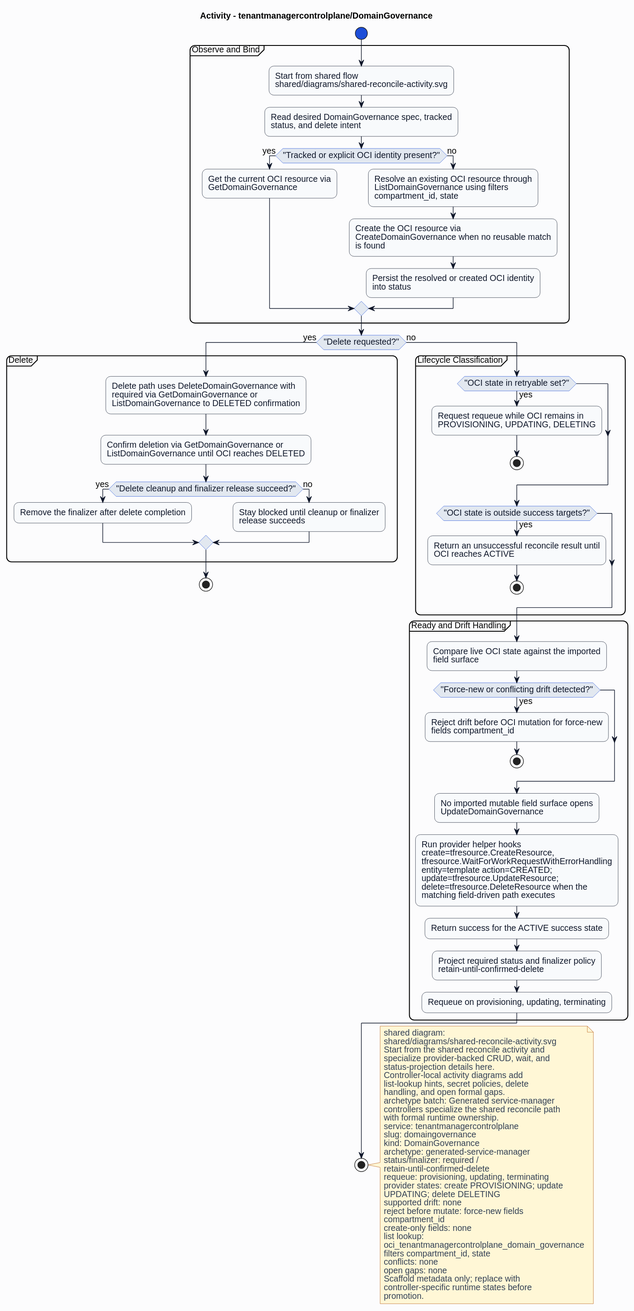
HaoyL666/oci-service-operator keeps this PlantUML diagram as formal/controllers/tenantmanagercontrolplane/domaingovernance/diagrams/activity.svg. Above is the earlier version. Its diagram source:
```plantuml
@startuml
skinparam shadowing false
skinparam backgroundColor #fcfcfd
skinparam defaultFontName Helvetica
skinparam defaultFontSize 14
skinparam arrowColor #0f172a
skinparam noteBackgroundColor #fff7d6
skinparam noteBorderColor #b45309
skinparam noteFontColor #334155
skinparam roundcorner 16
title Activity - tenantmanagercontrolplane/DomainGovernance
skinparam activity {
  backgroundColor #f8fafc
  borderColor #0f172a
  fontColor #0f172a
  diamondBackgroundColor #e2e8f0
  diamondBorderColor #1d4ed8
  diamondFontColor #0f172a
  startColor #1d4ed8
  endColor #0f172a
  barColor #1d4ed8
}
start
partition "Observe and Bind" {
:Start from shared flow\nshared/diagrams/shared-reconcile-activity.svg;
:Read desired DomainGovernance spec, tracked\nstatus, and delete intent;
if ("Tracked or explicit OCI identity present?") then (yes)
:Get the current OCI resource via\nGetDomainGovernance;
else (no)
:Resolve an existing OCI resource through\nListDomainGovernance using filters\ncompartment_id, state;
:Create the OCI resource via\nCreateDomainGovernance when no reusable match\nis found;
:Persist the resolved or created OCI identity\ninto status;
endif
}
if ("Delete requested?") then (yes)
partition "Delete" {
:Delete path uses DeleteDomainGovernance with\nrequired via GetDomainGovernance or\nListDomainGovernance to DELETED confirmation;
:Confirm deletion via GetDomainGovernance or\nListDomainGovernance until OCI reaches DELETED;
if ("Delete cleanup and finalizer release succeed?") then (yes)
:Remove the finalizer after delete completion;
else (no)
:Stay blocked until cleanup or finalizer\nrelease succeeds;
endif
}
stop
else (no)
partition "Lifecycle Classification" {
if ("OCI state in retryable set?") then (yes)
:Request requeue while OCI remains in\nPROVISIONING, UPDATING, DELETING;
stop
endif
if ("OCI state is outside success targets?") then (yes)
:Return an unsuccessful reconcile result until\nOCI reaches ACTIVE;
stop
endif
}
partition "Ready and Drift Handling" {
:Compare live OCI state against the imported\nfield surface;
if ("Force-new or conflicting drift detected?") then (yes)
:Reject drift before OCI mutation for force-new\nfields compartment_id;
stop
endif
:No imported mutable field surface opens\nUpdateDomainGovernance;
:Run provider helper hooks\ncreate=tfresource.CreateResource,\ntfresource.WaitForWorkRequestWithErrorHandling\nentity=template action=CREATED;\nupdate=tfresource.UpdateResource;\ndelete=tfresource.DeleteResource when the\nmatching field-driven path executes;
:Return success for the ACTIVE success state;
:Project required status and finalizer policy\nretain-until-confirmed-delete;
:Requeue on provisioning, updating, terminating;
}
endif
stop
note right
shared diagram:
shared/diagrams/shared-reconcile-activity.svg
Start from the shared reconcile activity and
specialize provider-backed CRUD, wait, and
status-projection details here.
Controller-local activity diagrams add
list-lookup hints, secret policies, delete
handling, and open formal gaps.
archetype batch: Generated service-manager
controllers specialize the shared reconcile path
with formal runtime ownership.
service: tenantmanagercontrolplane
slug: domaingovernance
kind: DomainGovernance
archetype: generated-service-manager
status/finalizer: required /
retain-until-confirmed-delete
requeue: provisioning, updating, terminating
provider states: create PROVISIONING; update
UPDATING; delete DELETING
supported drift: none
reject before mutate: force-new fields
compartment_id
create-only fields: none
list lookup:
oci_tenantmanagercontrolplane_domain_governance
filters compartment_id, state
conflicts: none
open gaps: none
Scaffold metadata only; replace with
controller-specific runtime states before
promotion.
end note
@enduml
```
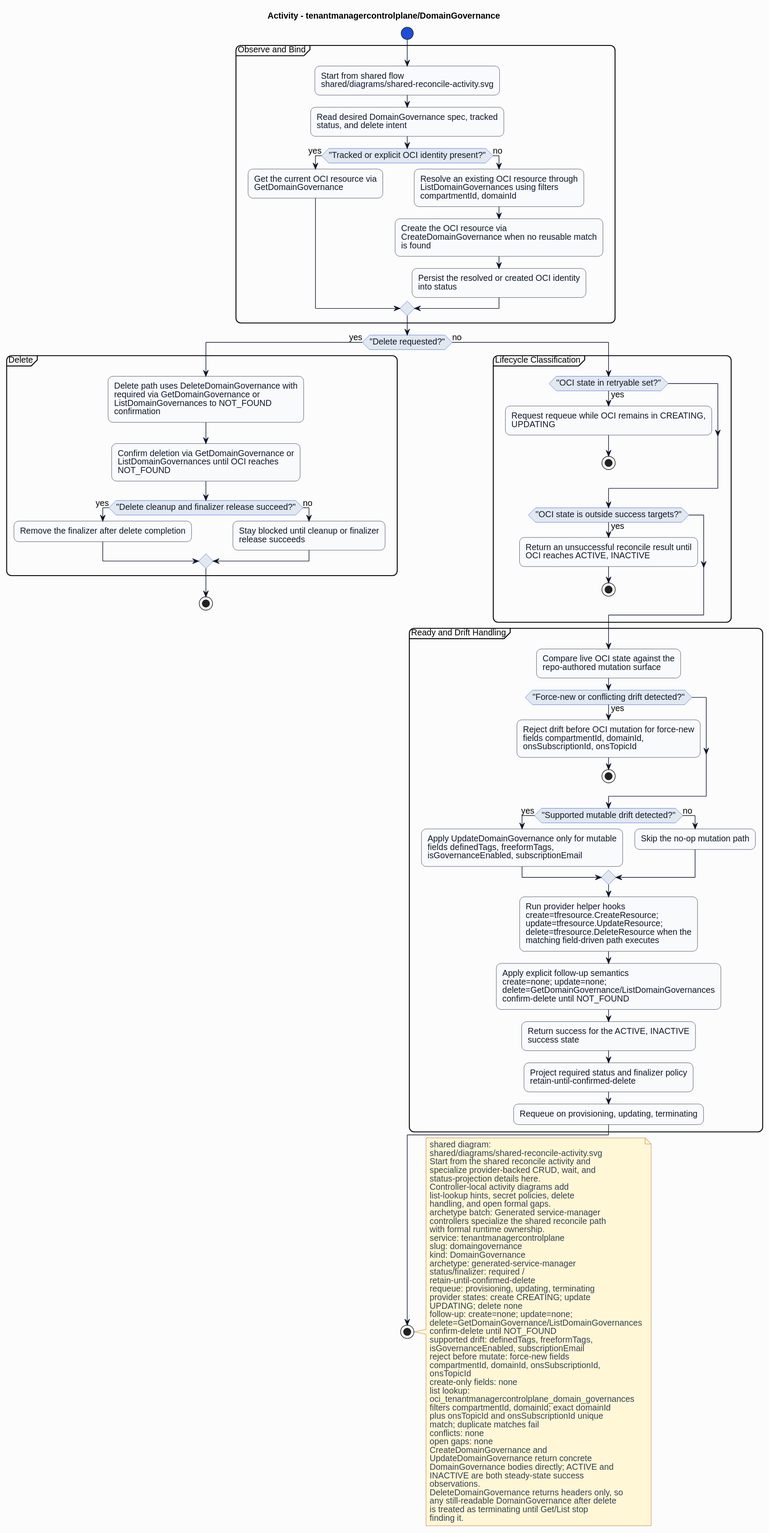
The same file after the commit.

The edit, as a diff of the source:
```diff
@@ -27,15 +27,15 @@
 if ("Tracked or explicit OCI identity present?") then (yes)
 :Get the current OCI resource via\nGetDomainGovernance;
 else (no)
-:Resolve an existing OCI resource through\nListDomainGovernance using filters\ncompartment_id, state;
+:Resolve an existing OCI resource through\nListDomainGovernances using filters\ncompartmentId, domainId;
 :Create the OCI resource via\nCreateDomainGovernance when no reusable match\nis found;
 :Persist the resolved or created OCI identity\ninto status;
 endif
 }
 if ("Delete requested?") then (yes)
 partition "Delete" {
-:Delete path uses DeleteDomainGovernance with\nrequired via GetDomainGovernance or\nListDomainGovernance to DELETED confirmation;
-:Confirm deletion via GetDomainGovernance or\nListDomainGovernance until OCI reaches DELETED;
+:Delete path uses DeleteDomainGovernance with\nrequired via GetDomainGovernance or\nListDomainGovernances to NOT_FOUND\nconfirmation;
+:Confirm deletion via GetDomainGovernance or\nListDomainGovernances until OCI reaches\nNOT_FOUND;
 if ("Delete cleanup and finalizer release succeed?") then (yes)
 :Remove the finalizer after delete completion;
 else (no)
@@ -46,23 +46,28 @@
 else (no)
 partition "Lifecycle Classification" {
 if ("OCI state in retryable set?") then (yes)
-:Request requeue while OCI remains in\nPROVISIONING, UPDATING, DELETING;
+:Request requeue while OCI remains in CREATING,\nUPDATING;
 stop
 endif
 if ("OCI state is outside success targets?") then (yes)
-:Return an unsuccessful reconcile result until\nOCI reaches ACTIVE;
+:Return an unsuccessful reconcile result until\nOCI reaches ACTIVE, INACTIVE;
 stop
 endif
 }
 partition "Ready and Drift Handling" {
-:Compare live OCI state against the imported\nfield surface;
+:Compare live OCI state against the\nrepo-authored mutation surface;
 if ("Force-new or conflicting drift detected?") then (yes)
-:Reject drift before OCI mutation for force-new\nfields compartment_id;
+:Reject drift before OCI mutation for force-new\nfields compartmentId, domainId,\nonsSubscriptionId, onsTopicId;
 stop
 endif
-:No imported mutable field surface opens\nUpdateDomainGovernance;
-:Run provider helper hooks\ncreate=tfresource.CreateResource,\ntfresource.WaitForWorkRequestWithErrorHandling\nentity=template action=CREATED;\nupdate=tfresource.UpdateResource;\ndelete=tfresource.DeleteResource when the\nmatching field-driven path executes;
-:Return success for the ACTIVE success state;
+if ("Supported mutable drift detected?") then (yes)
+:Apply UpdateDomainGovernance only for mutable\nfields definedTags, freeformTags,\nisGovernanceEnabled, subscriptionEmail;
+else (no)
+:Skip the no-op mutation path;
+endif
+:Run provider helper hooks\ncreate=tfresource.CreateResource;\nupdate=tfresource.UpdateResource;\ndelete=tfresource.DeleteResource when the\nmatching field-driven path executes;
+:Apply explicit follow-up semantics\ncreate=none; update=none;\ndelete=GetDomainGovernance/ListDomainGovernances\nconfirm-delete until NOT_FOUND;
+:Return success for the ACTIVE, INACTIVE\nsuccess state;
 :Project required status and finalizer policy\nretain-until-confirmed-delete;
 :Requeue on provisioning, updating, terminating;
 }
@@ -87,19 +92,32 @@
 status/finalizer: required /
 retain-until-confirmed-delete
 requeue: provisioning, updating, terminating
-provider states: create PROVISIONING; update
-UPDATING; delete DELETING
-supported drift: none
+provider states: create CREATING; update
+UPDATING; delete none
+follow-up: create=none; update=none;
+delete=GetDomainGovernance/ListDomainGovernances
+confirm-delete until NOT_FOUND
+supported drift: definedTags, freeformTags,
+isGovernanceEnabled, subscriptionEmail
 reject before mutate: force-new fields
-compartment_id
+compartmentId, domainId, onsSubscriptionId,
+onsTopicId
 create-only fields: none
 list lookup:
-oci_tenantmanagercontrolplane_domain_governance
-filters compartment_id, state
+oci_tenantmanagercontrolplane_domain_governances
+filters compartmentId, domainId; exact domainId
+plus onsTopicId and onsSubscriptionId unique
+match; duplicate matches fail
 conflicts: none
 open gaps: none
-Scaffold metadata only; replace with
-controller-specific runtime states before
-promotion.
+CreateDomainGovernance and
+UpdateDomainGovernance return concrete
+DomainGovernance bodies directly; ACTIVE and
+INACTIVE are both steady-state success
+observations.
+DeleteDomainGovernance returns headers only, so
+any still-readable DomainGovernance after delete
+is treated as terminating until Get/List stop
+finding it.
 end note
 @enduml
```
